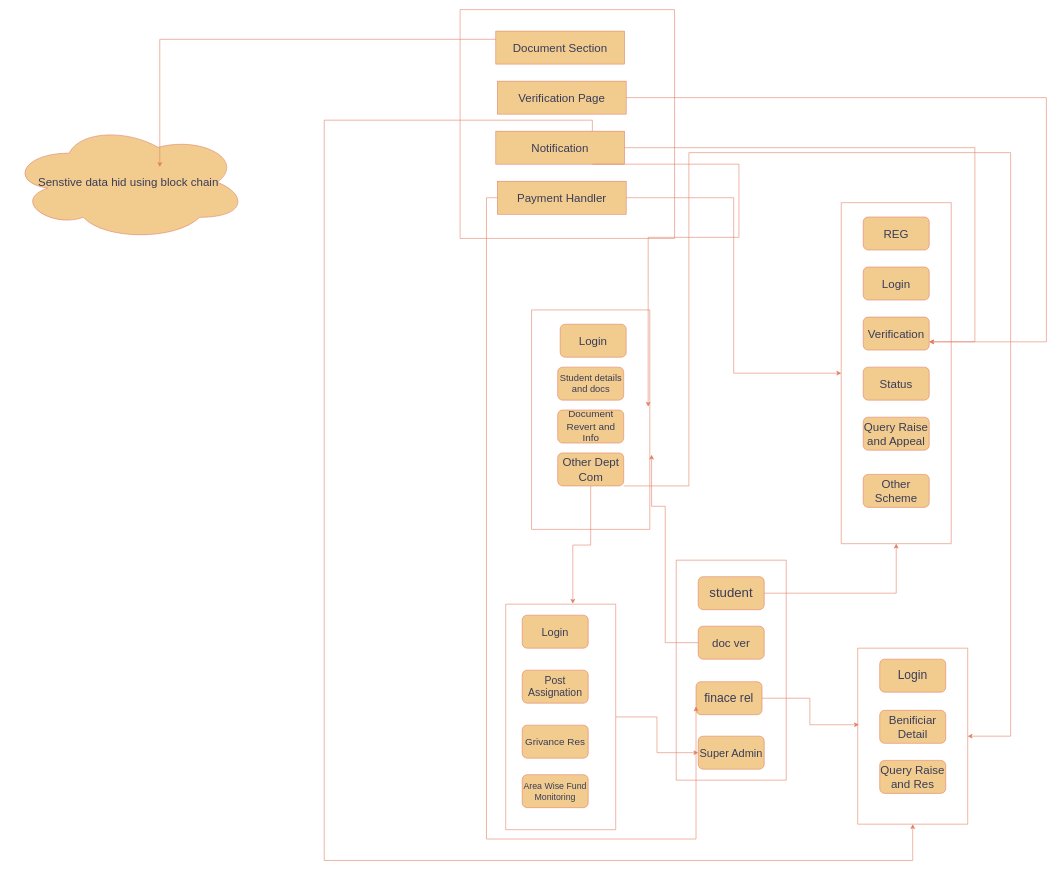
Above: ps21728.drawio in CtrlShiftWin/task (draw.io), before the change. Source tidied: cells renumbered, new cells numbered last; positions are measured from the earlier drawing's top-left corner, leaving out a move shared by most shapes. Both pictures are drawn from the tidied source at 55%, with x=0, y=0 at pixel (9, 9).
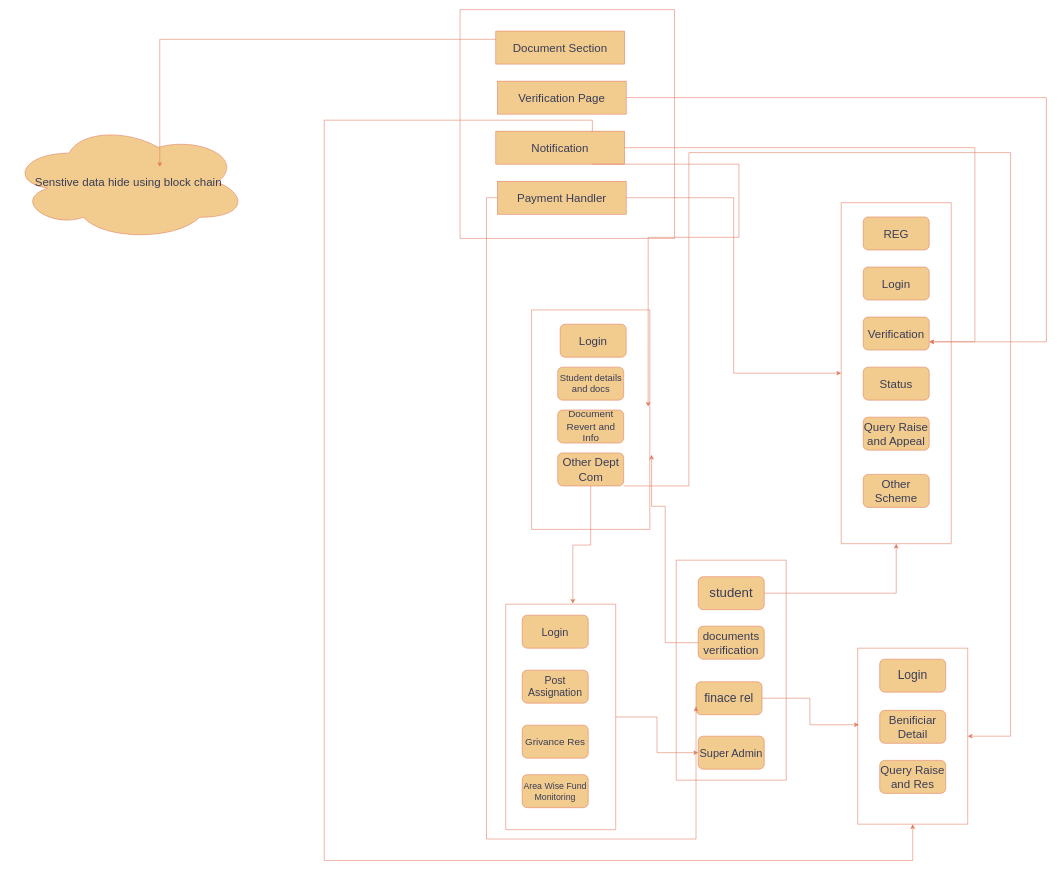
Above is the later version.

The change refers to these unchanged cells:
```xml
<mxCell id="2" style="swimlane;startSize=0;labelBackgroundColor=none;fillColor=#F2CC8F;strokeColor=#E07A5F;fontColor=#393C56;" parent="1" vertex="1">
  <mxGeometry x="1212" y="1001" width="200" height="400" as="geometry" />
</mxCell>
```

What changed in the source:
```diff
@@
-    <mxCell id="4" value="&lt;font style=&quot;font-size: 21px;&quot;&gt;doc ver&lt;/font&gt;" style="rounded=1;whiteSpace=wrap;html=1;labelBackgroundColor=none;fillColor=#F2CC8F;strokeColor=#E07A5F;fontColor=#393C56;" parent="2" vertex="1">
+    <mxCell id="4" value="&lt;font style=&quot;font-size: 21px;&quot;&gt;documents verification&lt;/font&gt;" style="rounded=1;whiteSpace=wrap;html=1;labelBackgroundColor=none;fillColor=#F2CC8F;strokeColor=#E07A5F;fontColor=#393C56;" parent="2" vertex="1">
       <mxGeometry x="40" y="120" width="120" height="60" as="geometry" />
     </mxCell>
@@
-    <mxCell id="39" value="&lt;font style=&quot;font-size: 21px;&quot;&gt;Senstive data hid using block chain&lt;/font&gt;" style="ellipse;shape=cloud;whiteSpace=wrap;html=1;strokeColor=#E07A5F;fontColor=#393C56;fillColor=#F2CC8F;" parent="1" vertex="1">
+    <mxCell id="39" value="&lt;font style=&quot;font-size: 21px;&quot;&gt;Senstive data hide using block chain&lt;/font&gt;" style="ellipse;shape=cloud;whiteSpace=wrap;html=1;strokeColor=#E07A5F;fontColor=#393C56;fillColor=#F2CC8F;" parent="1" vertex="1">
       <mxGeometry y="208" width="432" height="212" as="geometry" />
     </mxCell>
```
